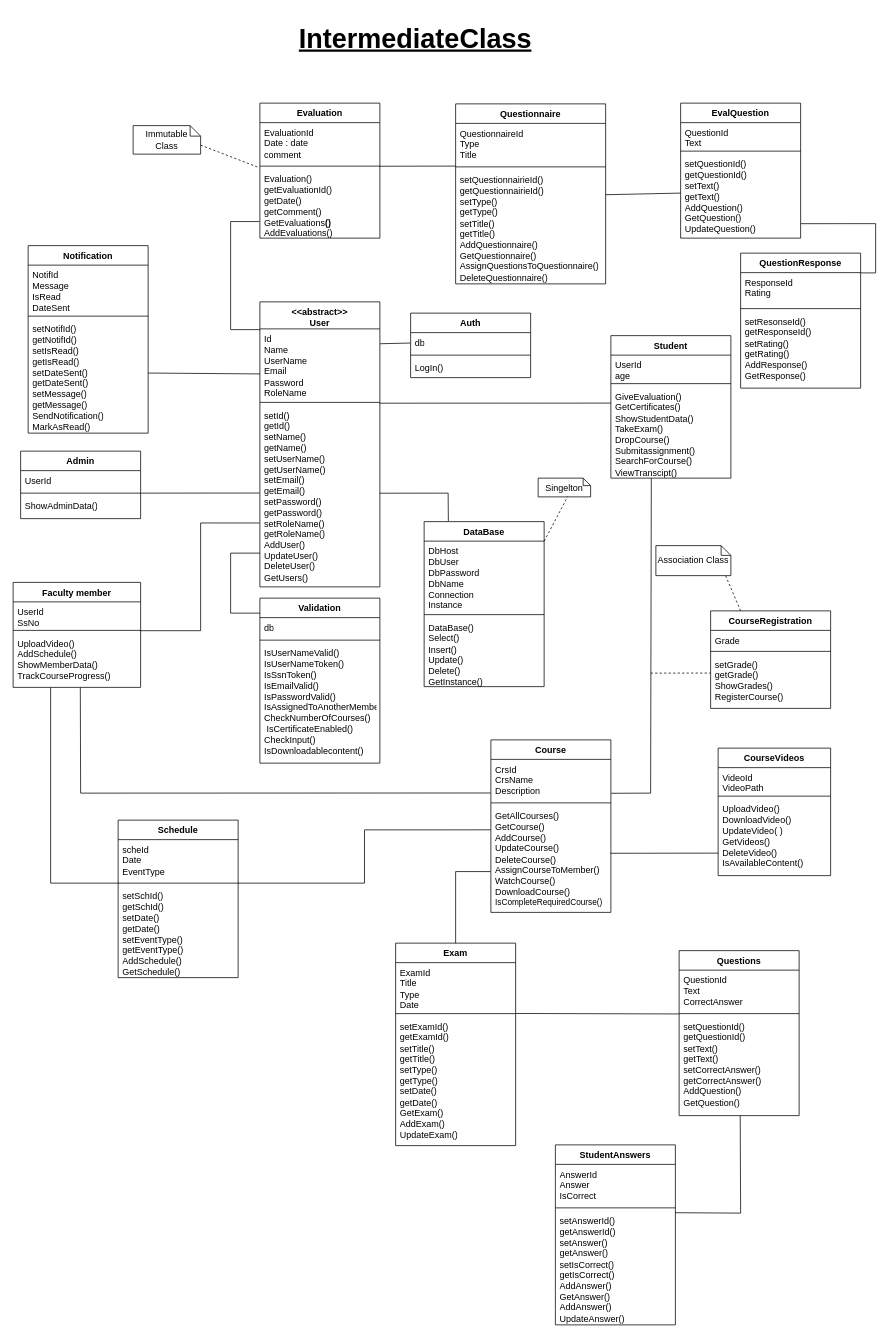
Above: page "IntermediateClass" (2 of 3) of Diagrams/ClassDiagram.drawio in Youssefmohamed430/Learning-Management-System (draw.io), before the change. Source tidied: cells renumbered, new cells numbered last; positions are measured from the earlier drawing's top-left corner, leaving out a move shared by most shapes. Both pictures are drawn from the tidied source at 75%, with x=0, y=0 at pixel (13, 16).
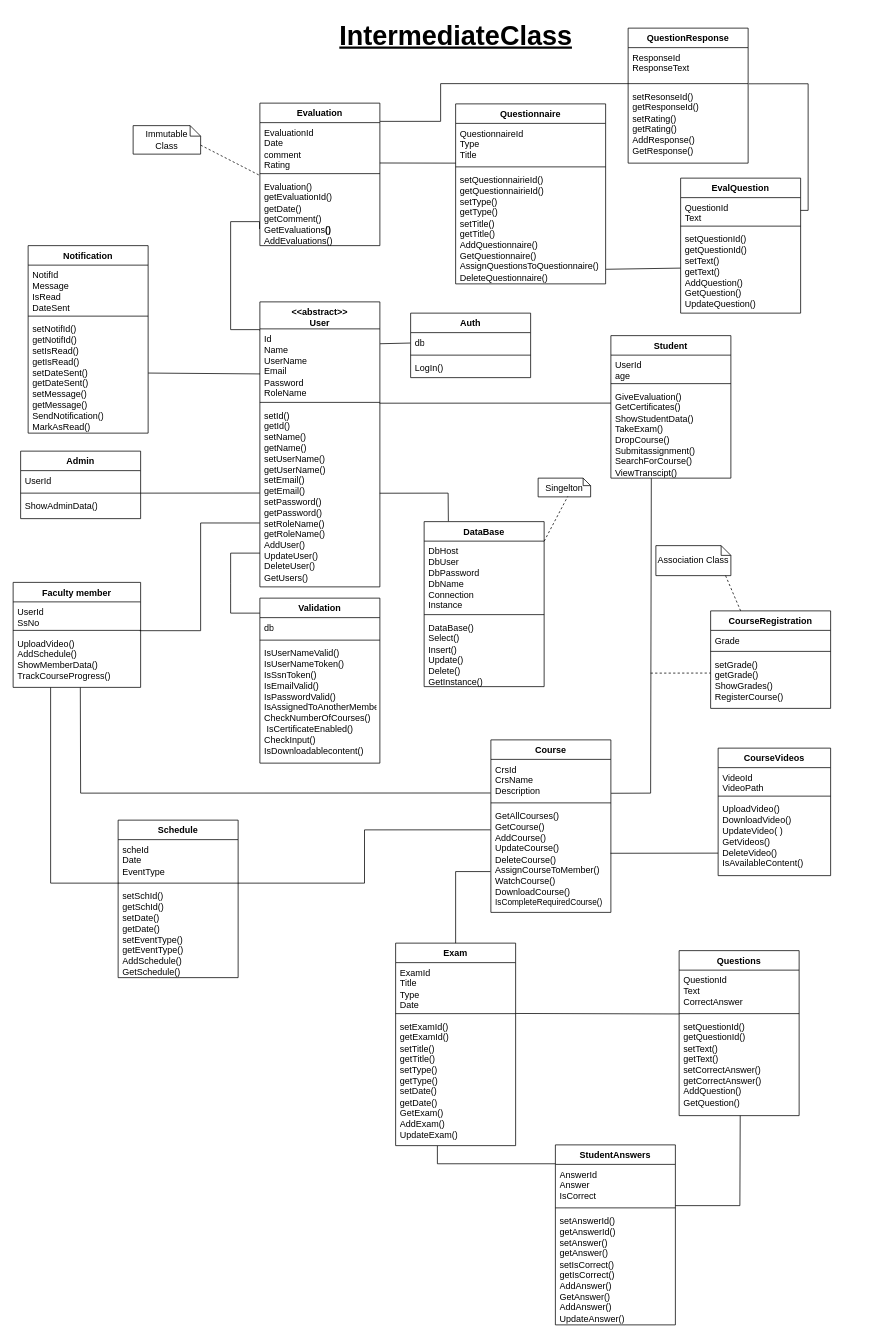
The same diagram, later.

The change refers to these unchanged cells:
```xml
<mxCell id="29" value="setExamId()&lt;div&gt;getExamId()&lt;/div&gt;&lt;div&gt;setTitle()&lt;/div&gt;&lt;div&gt;getTitle()&lt;/div&gt;&lt;div&gt;setType()&lt;/div&gt;&lt;div&gt;getType()&lt;/div&gt;&lt;div&gt;setDate()&lt;br&gt;getDate()&lt;br&gt;GetExam()&lt;br&gt;&lt;div&gt;AddExam()&lt;/div&gt;&lt;div&gt;UpdateExam()&lt;/div&gt;&lt;/div&gt;" style="text;strokeColor=none;fillColor=none;align=left;verticalAlign=top;spacingLeft=4;spacingRight=4;overflow=hidden;points=[[0,0.5],[1,0.5]];portConstraint=eastwest;whiteSpace=wrap;html=1;" parent="26" vertex="1">
  <mxGeometry y="98" width="160" height="172" as="geometry" />
</mxCell>
<mxCell id="30" value="StudentAnswers" style="swimlane;fontStyle=1;align=center;verticalAlign=top;horizontal=1;startSize=26;whiteSpace=wrap;html=1;" parent="1" vertex="1">
  <mxGeometry x="723" y="1505" width="160" height="240" as="geometry" />
</mxCell>
<mxCell id="33" value="setAnswerId()&lt;div&gt;getAnswerId()&lt;/div&gt;&lt;div&gt;setAnswer()&lt;br&gt;getAnswer()&lt;br&gt;setIsCorrect()&lt;br&gt;getIsCorrect()&lt;br&gt;AddAnswer()&lt;br&gt;GetAnswer()&lt;br&gt;AddAnswer()&lt;br&gt;UpdateAnswer()&lt;/div&gt;" style="text;strokeColor=none;fillColor=none;align=left;verticalAlign=top;spacingLeft=4;spacingRight=4;overflow=hidden;points=[[0,0.5],[1,0.5]];portConstraint=eastwest;whiteSpace=wrap;html=1;" parent="30" vertex="1">
  <mxGeometry y="88" width="160" height="152" as="geometry" />
</mxCell>
<mxCell id="44" style="line;strokeWidth=1;fillColor=none;align=left;verticalAlign=middle;spacingTop=-1;spacingLeft=3;spacingRight=3;labelPosition=right;points=[];portConstraint=eastwest;strokeColor=inherit;" parent="42" vertex="1">
  <mxGeometry y="80" width="200" height="8" as="geometry" />
</mxCell>
<mxCell id="45" value="setQuestionnairieId()&lt;div&gt;getQuestionnairieId()&lt;/div&gt;&lt;div&gt;setType()&lt;/div&gt;&lt;div&gt;getType()&lt;/div&gt;&lt;div&gt;setTitle()&lt;/div&gt;&lt;div&gt;getTitle()&lt;br&gt;Add&lt;span style=&quot;text-align: center;&quot;&gt;Questionnaire()&lt;br&gt;Get&lt;/span&gt;&lt;span style=&quot;text-align: center;&quot;&gt;Questionnaire()&lt;br&gt;AssignQuestionsToQuestionnaire()&lt;/span&gt;&lt;/div&gt;&lt;div&gt;&lt;div&gt;&lt;span style=&quot;background-color: transparent; color: light-dark(rgb(0, 0, 0), rgb(255, 255, 255)); text-align: center;&quot;&gt;Delete&lt;/span&gt;&lt;span style=&quot;background-color: transparent; color: light-dark(rgb(0, 0, 0), rgb(255, 255, 255)); text-align: center;&quot;&gt;Questionnaire()&lt;/span&gt;&lt;br&gt;&lt;/div&gt;&lt;/div&gt;&lt;div&gt;&lt;span style=&quot;background-color: transparent; color: light-dark(rgb(0, 0, 0), rgb(255, 255, 255)); text-align: center;&quot;&gt;&lt;br&gt;&lt;/span&gt;&lt;/div&gt;" style="text;strokeColor=none;fillColor=none;align=left;verticalAlign=top;spacingLeft=4;spacingRight=4;overflow=hidden;points=[[0,0.5],[1,0.5]];portConstraint=eastwest;whiteSpace=wrap;html=1;" parent="42" vertex="1">
  <mxGeometry y="88" width="200" height="152" as="geometry" />
</mxCell>
<mxCell id="47" value="QuestionId&amp;nbsp;&lt;div&gt;Text&amp;nbsp;&lt;/div&gt;" style="text;strokeColor=none;fillColor=none;align=left;verticalAlign=top;spacingLeft=4;spacingRight=4;overflow=hidden;points=[[0,0.5],[1,0.5]];portConstraint=eastwest;whiteSpace=wrap;html=1;" parent="46" vertex="1">
  <mxGeometry y="26" width="160" height="34" as="geometry" />
</mxCell>
<mxCell id="49" value="setQuestionId()&lt;div&gt;getQuestionId()&lt;br&gt;setText()&lt;br&gt;getText()&lt;br&gt;AddQuestion()&lt;br&gt;GetQuestion()&lt;br&gt;UpdateQuestion()&lt;/div&gt;" style="text;strokeColor=none;fillColor=none;align=left;verticalAlign=top;spacingLeft=4;spacingRight=4;overflow=hidden;points=[[0,0.5],[1,0.5]];portConstraint=eastwest;whiteSpace=wrap;html=1;" parent="46" vertex="1">
  <mxGeometry y="68" width="160" height="112" as="geometry" />
</mxCell>
<mxCell id="52" style="line;strokeWidth=1;fillColor=none;align=left;verticalAlign=middle;spacingTop=-1;spacingLeft=3;spacingRight=3;labelPosition=right;points=[];portConstraint=eastwest;strokeColor=inherit;" parent="50" vertex="1">
  <mxGeometry y="70" width="160" height="8" as="geometry" />
</mxCell>
<mxCell id="53" value="setResonseId()&lt;br&gt;getResponseId()&lt;br&gt;setRating()&lt;br&gt;getRating()&lt;br&gt;AddResponse()&lt;br&gt;GetResponse()" style="text;strokeColor=none;fillColor=none;align=left;verticalAlign=top;spacingLeft=4;spacingRight=4;overflow=hidden;points=[[0,0.5],[1,0.5]];portConstraint=eastwest;whiteSpace=wrap;html=1;" parent="50" vertex="1">
  <mxGeometry y="78" width="160" height="102" as="geometry" />
</mxCell>
<mxCell id="61" value="setQuestionId()&lt;div&gt;getQuestionId()&lt;/div&gt;&lt;div&gt;setText()&lt;br&gt;getText()&lt;br&gt;setCorrectAnswer()&lt;/div&gt;&lt;div&gt;getCorrectAnswer()&lt;/div&gt;&lt;div&gt;AddQuestion()&lt;div&gt;GetQuestion()&lt;/div&gt;&lt;/div&gt;" style="text;strokeColor=none;fillColor=none;align=left;verticalAlign=top;spacingLeft=4;spacingRight=4;overflow=hidden;points=[[0,0.5],[1,0.5]];portConstraint=eastwest;whiteSpace=wrap;html=1;" parent="58" vertex="1">
  <mxGeometry y="88" width="160" height="132" as="geometry" />
</mxCell>
```

Diff of the diagram source:
```diff
@@
     <mxCell id="38" value="Evaluation" style="swimlane;fontStyle=1;align=center;verticalAlign=top;horizontal=1;startSize=26;whiteSpace=wrap;html=1;" parent="1" vertex="1">
-      <mxGeometry x="329" y="116" width="160" height="180" as="geometry" />
+      <mxGeometry x="329" y="116" width="160" height="190" as="geometry" />
     </mxCell>
-    <mxCell id="39" value="EvaluationId&amp;nbsp;&lt;div&gt;Date : date&lt;/div&gt;&lt;div&gt;comment&amp;nbsp;&lt;/div&gt;" style="text;strokeColor=none;fillColor=none;align=left;verticalAlign=top;spacingLeft=4;spacingRight=4;overflow=hidden;points=[[0,0.5],[1,0.5]];portConstraint=eastwest;whiteSpace=wrap;html=1;" parent="38" vertex="1">
-      <mxGeometry y="26" width="160" height="54" as="geometry" />
+    <mxCell id="39" value="EvaluationId&amp;nbsp;&lt;div&gt;Date&amp;nbsp;&lt;/div&gt;&lt;div&gt;comment&amp;nbsp;&lt;br&gt;Rating&lt;/div&gt;" style="text;strokeColor=none;fillColor=none;align=left;verticalAlign=top;spacingLeft=4;spacingRight=4;overflow=hidden;points=[[0,0.5],[1,0.5]];portConstraint=eastwest;whiteSpace=wrap;html=1;" parent="38" vertex="1">
+      <mxGeometry y="26" width="160" height="64" as="geometry" />
     </mxCell>
     <mxCell id="40" style="line;strokeWidth=1;fillColor=none;align=left;verticalAlign=middle;spacingTop=-1;spacingLeft=3;spacingRight=3;labelPosition=right;points=[];portConstraint=eastwest;strokeColor=inherit;" parent="38" vertex="1">
-      <mxGeometry y="80" width="160" height="8" as="geometry" />
+      <mxGeometry y="90" width="160" height="8" as="geometry" />
     </mxCell>
     <mxCell id="41" value="&lt;div&gt;Evaluation()&lt;br&gt;getEvaluationId()&lt;br&gt;getDate()&lt;/div&gt;&lt;div&gt;getComment()&lt;/div&gt;&lt;div&gt;Get&lt;span style=&quot;text-align: center;&quot;&gt;Evaluations&lt;/span&gt;&lt;span style=&quot;text-align: center;&quot;&gt;&lt;b&gt;()&lt;/b&gt;&lt;br&gt;AddEvaluations()&lt;/span&gt;&lt;/div&gt;" style="text;strokeColor=none;fillColor=none;align=left;verticalAlign=top;spacingLeft=4;spacingRight=4;overflow=hidden;points=[[0,0.5],[1,0.5]];portConstraint=eastwest;whiteSpace=wrap;html=1;" parent="38" vertex="1">
-      <mxGeometry y="88" width="160" height="92" as="geometry" />
+      <mxGeometry y="98" width="160" height="92" as="geometry" />
     </mxCell>
@@
     <mxCell id="46" value="EvalQuestion" style="swimlane;fontStyle=1;align=center;verticalAlign=top;horizontal=1;startSize=26;whiteSpace=wrap;html=1;" parent="1" vertex="1">
-      <mxGeometry x="890" y="116" width="160" height="180" as="geometry" />
+      <mxGeometry x="890" y="216" width="160" height="180" as="geometry" />
     </mxCell>
@@
     <mxCell id="50" value="QuestionResponse" style="swimlane;fontStyle=1;align=center;verticalAlign=top;horizontal=1;startSize=26;whiteSpace=wrap;html=1;" parent="1" vertex="1">
-      <mxGeometry x="970" y="316" width="160" height="180" as="geometry" />
+      <mxGeometry x="820" y="16" width="160" height="180" as="geometry" />
     </mxCell>
-    <mxCell id="51" value="ResponseId&amp;nbsp;&lt;div&gt;Rating&amp;nbsp;&lt;/div&gt;" style="text;strokeColor=none;fillColor=none;align=left;verticalAlign=top;spacingLeft=4;spacingRight=4;overflow=hidden;points=[[0,0.5],[1,0.5]];portConstraint=eastwest;whiteSpace=wrap;html=1;" parent="50" vertex="1">
+    <mxCell id="51" value="ResponseId&amp;nbsp;&lt;div&gt;ResponseText&lt;/div&gt;" style="text;strokeColor=none;fillColor=none;align=left;verticalAlign=top;spacingLeft=4;spacingRight=4;overflow=hidden;points=[[0,0.5],[1,0.5]];portConstraint=eastwest;whiteSpace=wrap;html=1;" parent="50" vertex="1">
       <mxGeometry y="26" width="160" height="44" as="geometry" />
     </mxCell>
@@
     <mxCell id="66" value="&lt;font style=&quot;font-size: 36px;&quot;&gt;&lt;b&gt;&lt;u&gt;IntermediateClass&lt;/u&gt;&lt;/b&gt;&lt;/font&gt;" style="text;html=1;align=center;verticalAlign=middle;strokeColor=none;fillColor=none;" parent="1" vertex="1">
-      <mxGeometry x="371" width="330" height="60" as="geometry" />
+      <mxGeometry x="425" y="-4" width="330" height="60" as="geometry" />
     </mxCell>
@@
-    <mxCell id="97" style="endArrow=none;html=1;rounded=0;exitX=0.999;exitY=0.016;exitDx=0;exitDy=0;exitPerimeter=0;entryX=0.509;entryY=1.001;entryDx=0;entryDy=0;entryPerimeter=0;" parent="1" edge="1" source="33" target="61">
+    <mxCell id="97" style="endArrow=none;html=1;rounded=0;entryX=0.509;entryY=1.001;entryDx=0;entryDy=0;entryPerimeter=0;" parent="1" edge="1" target="61">
       <mxGeometry relative="1" as="geometry">
+        <mxPoint x="883" y="1586" as="sourcePoint" />
         <Array as="points">
-          <mxPoint x="970" y="1596" />
+          <mxPoint x="969" y="1586" />
         </Array>
       </mxGeometry>
     </mxCell>
@@
-    <mxCell id="103" style="endArrow=none;html=1;rounded=0;exitX=0.998;exitY=0.52;exitDx=0;exitDy=0;exitPerimeter=0;entryX=0;entryY=0.367;entryDx=0;entryDy=0;entryPerimeter=0;" parent="1" edge="1" source="40" target="44">
-      <mxGeometry relative="1" as="geometry" />
+    <mxCell id="103" style="endArrow=none;html=1;rounded=0;exitX=1;exitY=0.841;exitDx=0;exitDy=0;exitPerimeter=0;" parent="1" edge="1" source="39">
+      <mxGeometry relative="1" as="geometry">
+        <mxPoint x="590" y="196" as="targetPoint" />
+      </mxGeometry>
     </mxCell>
-    <mxCell id="104" style="endArrow=none;html=1;rounded=0;entryX=-0.001;entryY=0.464;entryDx=0;entryDy=0;entryPerimeter=0;exitX=1;exitY=0.218;exitDx=0;exitDy=0;exitPerimeter=0;" parent="1" edge="1" source="45" target="49">
+    <mxCell id="104" style="endArrow=none;html=1;rounded=0;entryX=-0.001;entryY=0.464;entryDx=0;entryDy=0;entryPerimeter=0;exitX=1.003;exitY=0.872;exitDx=0;exitDy=0;exitPerimeter=0;" parent="1" edge="1" source="45" target="49">
       <mxGeometry relative="1" as="geometry" />
     </mxCell>
-    <mxCell id="105" style="endArrow=none;html=1;rounded=0;exitX=1.002;exitY=0.828;exitDx=0;exitDy=0;exitPerimeter=0;entryX=0.998;entryY=0.008;entryDx=0;entryDy=0;entryPerimeter=0;edgeStyle=orthogonalEdgeStyle;" parent="1" edge="1" source="49" target="51">
-      <mxGeometry relative="1" as="geometry">
-        <Array as="points">
-          <mxPoint x="1150" y="277" />
-          <mxPoint x="1150" y="342" />
-        </Array>
-      </mxGeometry>
-    </mxCell>
+    <mxCell id="106" style="endArrow=none;html=1;rounded=0;exitX=1.006;exitY=-0.037;exitDx=0;exitDy=0;exitPerimeter=0;entryX=1;entryY=0.5;entryDx=0;entryDy=0;edgeStyle=orthogonalEdgeStyle;" parent="1" edge="1" source="53" target="47">
+      <mxGeometry relative="1" as="geometry" />
+    </mxCell>
+    <mxCell id="107" style="endArrow=none;html=1;rounded=0;exitX=1.002;exitY=0.128;exitDx=0;exitDy=0;exitPerimeter=0;edgeStyle=orthogonalEdgeStyle;entryX=0.001;entryY=0.503;entryDx=0;entryDy=0;entryPerimeter=0;" parent="1" edge="1" source="38" target="52">
+      <mxGeometry relative="1" as="geometry">
+        <Array as="points">
+          <mxPoint x="570" y="140" />
+          <mxPoint x="570" y="90" />
+        </Array>
+      </mxGeometry>
+    </mxCell>
+    <mxCell id="108" style="endArrow=none;html=1;rounded=0;edgeStyle=orthogonalEdgeStyle;entryX=0;entryY=0.105;entryDx=0;entryDy=0;entryPerimeter=0;exitX=0.348;exitY=1.002;exitDx=0;exitDy=0;exitPerimeter=0;" parent="1" edge="1" source="29" target="30">
+      <mxGeometry relative="1" as="geometry" />
+    </mxCell>
```
